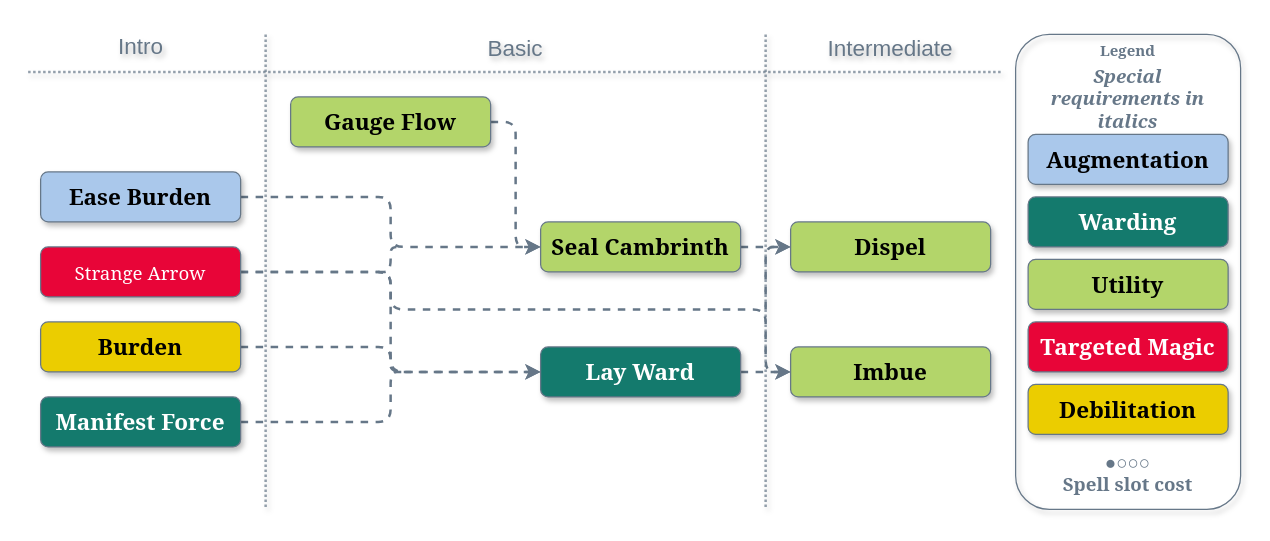
This is Analogous Patterns/Analogous_Patterns.drawio from MahtraDR/dr-spell-trees, a draw.io file, before an edit. Source tidied: cells renumbered, new cells numbered last; positions are measured from the earlier drawing's top-left corner, leaving out a move shared by most shapes. Both pictures are drawn from the tidied source at 125%, with x=0, y=0 at pixel (28, 21).
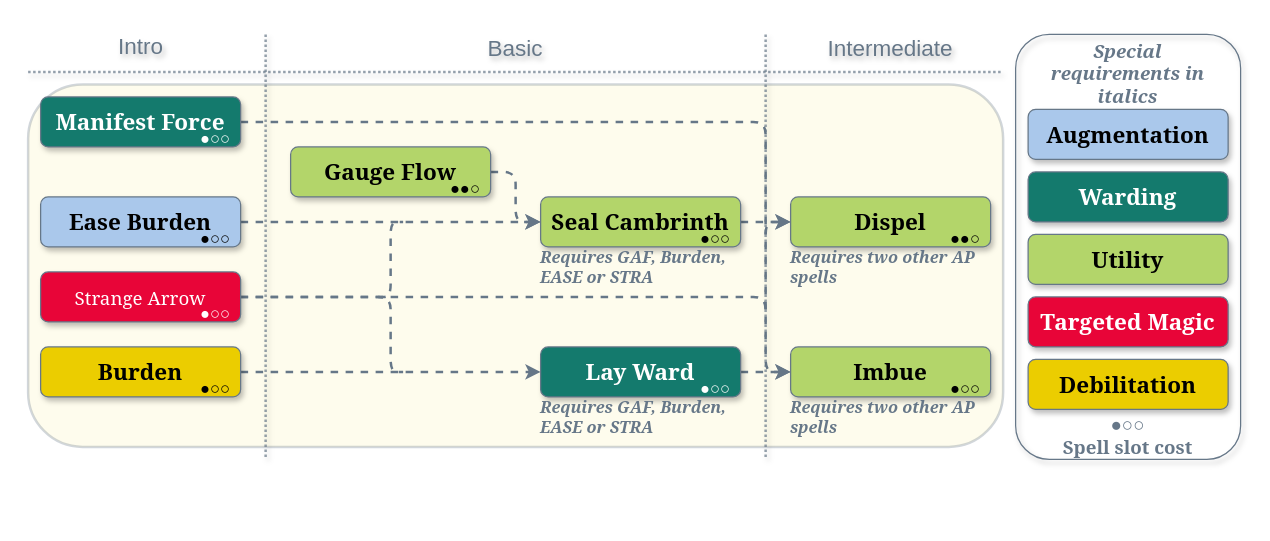
Above is the later version.

The change refers to these unchanged cells:
```xml
<mxCell id="16" value="Lay Ward" style="rounded=1;strokeWidth=1;strokeColor=#667788;textShadow=0;labelBackgroundColor=none;whiteSpace=wrap;fontSize=18;fontFamily=Georgia;fillColor=#147A6D;fontColor=#FFFFFF;shadow=1;glass=0;align=center;verticalAlign=middle;fontStyle=1;" parent="1" vertex="1">
  <mxGeometry x="410" y="260" width="160" height="40" as="geometry" />
</mxCell>
<mxCell id="20" value="Imbue" style="rounded=1;strokeWidth=1;strokeColor=#667788;textShadow=0;labelBackgroundColor=none;whiteSpace=wrap;fontSize=18;fontFamily=Georgia;fillColor=#B3D56A;fontColor=#000000;shadow=1;glass=0;align=center;verticalAlign=middle;fontStyle=1;" parent="1" vertex="1">
  <mxGeometry x="610" y="260" width="160" height="40" as="geometry" />
</mxCell>
```

The edit, as a diff of the source:
```diff
@@
+    <mxCell id="36" parent="0" />
+    <mxCell id="37" style="rounded=1;fontFamily=Helvetica;fontSize=11;fontColor=default;labelBackgroundColor=none;fillColor=#FCF4C4;strokeColor=#667788;opacity=30;glass=0;shadow=0;align=center;verticalAlign=middle;gradientColor=none;strokeWidth=2;" parent="36" vertex="1">
+      <mxGeometry y="50" width="780" height="290" as="geometry" />
+    </mxCell>
@@
     <mxCell id="3" value="Ease Burden" style="rounded=1;strokeWidth=1;strokeColor=#667788;textShadow=0;labelBackgroundColor=none;whiteSpace=wrap;fontSize=18;fontFamily=Georgia;fillColor=#AAC8EB;fontColor=#000000;shadow=1;glass=0;align=center;verticalAlign=middle;fontStyle=1;" parent="1" vertex="1">
-      <mxGeometry x="10" y="120" width="160" height="40" as="geometry" />
+      <mxGeometry x="10" y="140" width="160" height="40" as="geometry" />
     </mxCell>
-    <mxCell id="4" style="edgeStyle=orthogonalEdgeStyle;rounded=1;jettySize=auto;html=1;exitX=1;exitY=0.5;exitDx=0;exitDy=0;entryX=0;entryY=0.5;entryDx=0;entryDy=0;strokeColor=#667788;dashed=1;strokeWidth=2;curved=0;" parent="1" edge="1" source="7" target="16">
-      <mxGeometry relative="1" as="geometry" />
+    <mxCell id="4" style="edgeStyle=orthogonalEdgeStyle;rounded=1;jettySize=auto;html=1;exitX=1;exitY=0.5;exitDx=0;exitDy=0;strokeColor=#667788;dashed=1;strokeWidth=2;curved=0;endArrow=none;endFill=0;" parent="1" edge="1" source="7">
+      <mxGeometry relative="1" as="geometry">
+        <mxPoint x="300" y="280" as="targetPoint" />
+        <Array as="points">
+          <mxPoint x="290" y="220" />
+          <mxPoint x="290" y="280" />
+        </Array>
+      </mxGeometry>
     </mxCell>
     <mxCell id="5" style="edgeStyle=orthogonalEdgeStyle;shape=connector;rounded=1;orthogonalLoop=1;jettySize=auto;html=1;dashed=1;strokeColor=#667788;strokeWidth=2;align=center;verticalAlign=middle;fontFamily=Helvetica;fontSize=11;fontColor=default;labelBackgroundColor=default;endArrow=none;curved=0;endFill=0;" parent="1" edge="1">
       <mxGeometry relative="1" as="geometry">
-        <mxPoint x="280" y="200" as="sourcePoint" />
-        <mxPoint x="300" y="180" as="targetPoint" />
+        <mxPoint x="280" y="220" as="sourcePoint" />
+        <mxPoint x="300" y="160" as="targetPoint" />
         <Array as="points">
-          <mxPoint x="290" y="200" />
-          <mxPoint x="290" y="180" />
+          <mxPoint x="290" y="220" />
+          <mxPoint x="290" y="160" />
         </Array>
       </mxGeometry>
     </mxCell>
     <mxCell id="6" style="edgeStyle=orthogonalEdgeStyle;shape=connector;rounded=1;jettySize=auto;html=1;exitX=1;exitY=0.5;exitDx=0;exitDy=0;entryX=0;entryY=0.5;entryDx=0;entryDy=0;dashed=1;strokeColor=#667788;strokeWidth=2;align=center;verticalAlign=middle;fontFamily=Helvetica;fontSize=11;fontColor=default;labelBackgroundColor=default;endArrow=classic;curved=0;" parent="1" edge="1" source="7" target="20">
       <mxGeometry relative="1" as="geometry">
         <Array as="points">
-          <mxPoint x="290" y="200" />
-          <mxPoint x="290" y="230" />
-          <mxPoint x="590" y="230" />
+          <mxPoint x="590" y="220" />
           <mxPoint x="590" y="280" />
         </Array>
       </mxGeometry>
     </mxCell>
     <mxCell id="7" value="Strange Arrow" style="rounded=1;strokeWidth=1;strokeColor=#667788;textShadow=0;labelBackgroundColor=none;whiteSpace=wrap;fontSize=15;fontFamily=Georgia;fillColor=#E80538;fontColor=#FFFFFF;shadow=1;glass=0;align=center;verticalAlign=middle;fontStyle=0;" parent="1" vertex="1">
-      <mxGeometry x="10" y="180" width="160" height="40" as="geometry" />
+      <mxGeometry x="10" y="200" width="160" height="40" as="geometry" />
     </mxCell>
@@
     <mxCell id="9" value="Gauge Flow" style="rounded=1;strokeWidth=1;strokeColor=#667788;textShadow=0;labelBackgroundColor=none;whiteSpace=wrap;fontSize=18;fontFamily=Georgia;fillColor=#B3D56A;fontColor=#000000;shadow=1;glass=0;align=center;verticalAlign=middle;fontStyle=1;" parent="1" vertex="1">
-      <mxGeometry x="210" y="60" width="160" height="40" as="geometry" />
+      <mxGeometry x="210" y="100" width="160" height="40" as="geometry" />
     </mxCell>
     <mxCell id="10" style="edgeStyle=orthogonalEdgeStyle;rounded=1;jettySize=auto;html=1;exitX=1;exitY=0.5;exitDx=0;exitDy=0;strokeColor=#667788;dashed=1;strokeWidth=2;entryX=0;entryY=0.5;entryDx=0;entryDy=0;curved=0;" parent="1" edge="1" source="12" target="16">
       <mxGeometry relative="1" as="geometry">
         <Array as="points">
-          <mxPoint x="290" y="260" />
-          <mxPoint x="290" y="280" />
+          <mxPoint x="230" y="280" />
+          <mxPoint x="230" y="280" />
         </Array>
       </mxGeometry>
     </mxCell>
@@
     <mxCell id="12" value="Burden" style="rounded=1;strokeWidth=1;strokeColor=#667788;textShadow=0;labelBackgroundColor=none;whiteSpace=wrap;fontSize=18;fontFamily=Georgia;fillColor=#EBCD00;fontColor=#000000;shadow=1;glass=0;align=center;verticalAlign=middle;fontStyle=1;" parent="1" vertex="1">
-      <mxGeometry x="10" y="240" width="160" height="40" as="geometry" />
+      <mxGeometry x="10" y="260" width="160" height="40" as="geometry" />
     </mxCell>
@@
     <mxCell id="14" value="Seal Cambrinth" style="rounded=1;strokeWidth=1;strokeColor=#667788;textShadow=0;labelBackgroundColor=none;whiteSpace=wrap;fontSize=18;fontFamily=Georgia;fillColor=#B3D56A;fontColor=#000000;shadow=1;glass=0;align=center;verticalAlign=middle;fontStyle=1;" parent="1" vertex="1">
-      <mxGeometry x="410" y="160" width="160" height="40" as="geometry" />
+      <mxGeometry x="410" y="140" width="160" height="40" as="geometry" />
     </mxCell>
@@
-    <mxCell id="17" style="edgeStyle=orthogonalEdgeStyle;rounded=1;jettySize=auto;html=1;exitX=1;exitY=0.5;exitDx=0;exitDy=0;strokeColor=#667788;dashed=1;strokeWidth=2;endArrow=none;endFill=0;curved=0;" parent="1" edge="1" source="18">
-      <mxGeometry relative="1" as="geometry">
-        <mxPoint x="300" y="280" as="targetPoint" />
-        <Array as="points">
-          <mxPoint x="290" y="320" />
-          <mxPoint x="290" y="280" />
-        </Array>
-      </mxGeometry>
-    </mxCell>
+    <mxCell id="38" style="edgeStyle=orthogonalEdgeStyle;shape=connector;rounded=1;jettySize=auto;html=1;exitX=1;exitY=0.5;exitDx=0;exitDy=0;dashed=1;strokeColor=#667788;strokeWidth=2;align=center;verticalAlign=middle;fontFamily=Helvetica;fontSize=11;fontColor=default;labelBackgroundColor=default;endArrow=none;curved=0;endFill=0;" parent="1" edge="1" source="18">
+      <mxGeometry relative="1" as="geometry">
+        <mxPoint x="590" y="170" as="targetPoint" />
+        <Array as="points">
+          <mxPoint x="590" y="80" />
+        </Array>
+      </mxGeometry>
+    </mxCell>
     <mxCell id="18" value="Manifest Force" style="rounded=1;strokeWidth=1;strokeColor=#667788;textShadow=0;labelBackgroundColor=none;whiteSpace=wrap;fontSize=18;fontFamily=Georgia;fillColor=#147A6D;fontColor=#FFFFFF;shadow=1;glass=0;align=center;verticalAlign=middle;fontStyle=1;" parent="1" vertex="1">
-      <mxGeometry x="10" y="300" width="160" height="40" as="geometry" />
+      <mxGeometry x="10" y="60" width="160" height="40" as="geometry" />
     </mxCell>
     <mxCell id="19" value="Dispel" style="rounded=1;strokeWidth=1;strokeColor=#667788;textShadow=0;labelBackgroundColor=none;whiteSpace=wrap;fontSize=18;fontFamily=Georgia;fillColor=#B3D56A;fontColor=#000000;shadow=1;glass=0;align=center;verticalAlign=middle;fontStyle=1;" parent="1" vertex="1">
-      <mxGeometry x="610" y="160" width="160" height="40" as="geometry" />
+      <mxGeometry x="610" y="140" width="160" height="40" as="geometry" />
     </mxCell>
@@
-    <mxCell id="25" value="Legend" style="rounded=1;fillColor=none;verticalAlign=top;labelBackgroundColor=none;fontStyle=1;fontColor=#667788;fontFamily=Georgia;strokeColor=#667788;shadow=1;glass=0;strokeWidth=1;textShadow=0;whiteSpace=wrap;" parent="21" vertex="1">
-      <mxGeometry x="790" y="10" width="180" height="380" as="geometry" />
+    <mxCell id="25" style="rounded=1;fillColor=none;verticalAlign=top;labelBackgroundColor=none;fontStyle=1;fontColor=#667788;fontFamily=Georgia;strokeColor=#667788;shadow=1;glass=0;strokeWidth=1;textShadow=0;whiteSpace=wrap;" parent="21" vertex="1">
+      <mxGeometry x="790" y="10" width="180" height="340" as="geometry" />
     </mxCell>
     <mxCell id="26" value="Debilitation" style="rounded=1;whiteSpace=wrap;fillColor=#EBCD00;labelBackgroundColor=none;fontFamily=Georgia;fontSize=18;strokeColor=#667788;shadow=1;glass=0;strokeWidth=1;align=center;fontStyle=1;verticalAlign=middle;fontColor=#000000;textShadow=0;" parent="21" vertex="1">
-      <mxGeometry x="800" y="290" width="160" height="40" as="geometry" />
+      <mxGeometry x="800" y="270" width="160" height="40" as="geometry" />
     </mxCell>
     <mxCell id="27" value="Targeted Magic" style="rounded=1;whiteSpace=wrap;fillColor=#E80538;labelBackgroundColor=none;fontFamily=Georgia;fontSize=18;strokeColor=#667788;shadow=1;glass=0;strokeWidth=1;align=center;fontStyle=1;verticalAlign=middle;fontColor=#FFFFFF;textShadow=0;" parent="21" vertex="1">
-      <mxGeometry x="800" y="240" width="160" height="40" as="geometry" />
+      <mxGeometry x="800" y="220" width="160" height="40" as="geometry" />
     </mxCell>
     <mxCell id="28" value="Utility" style="rounded=1;whiteSpace=wrap;fillColor=#B3D56A;labelBackgroundColor=none;fontFamily=Georgia;fontSize=18;strokeColor=#667788;shadow=1;glass=0;strokeWidth=1;align=center;fontStyle=1;verticalAlign=middle;fontColor=#000000;textShadow=0;" parent="21" vertex="1">
-      <mxGeometry x="800" y="190" width="160" height="40" as="geometry" />
+      <mxGeometry x="800" y="170" width="160" height="40" as="geometry" />
     </mxCell>
     <mxCell id="29" value="Warding" style="rounded=1;whiteSpace=wrap;fillColor=#147A6D;labelBackgroundColor=none;fontFamily=Georgia;fontSize=18;strokeColor=#667788;shadow=1;glass=0;strokeWidth=1;align=center;fontStyle=1;verticalAlign=middle;fontColor=#FFFFFF;textShadow=0;" parent="21" vertex="1">
-      <mxGeometry x="800" y="140" width="160" height="40" as="geometry" />
+      <mxGeometry x="800" y="120" width="160" height="40" as="geometry" />
     </mxCell>
     <mxCell id="30" value="Augmentation" style="rounded=1;whiteSpace=wrap;fillColor=#AAC8EB;labelBackgroundColor=none;fontFamily=Georgia;fontSize=18;strokeColor=#667788;shadow=1;glass=0;strokeWidth=1;fontColor=#000000;align=center;fontStyle=1;verticalAlign=middle;textShadow=0;" parent="21" vertex="1">
-      <mxGeometry x="800" y="90" width="160" height="40" as="geometry" />
+      <mxGeometry x="800" y="70" width="160" height="40" as="geometry" />
     </mxCell>
     <mxCell id="31" value="Special requirements in italics" style="text;align=center;verticalAlign=middle;whiteSpace=wrap;rounded=1;fontFamily=Georgia;fontSize=15;fontColor=#667788;labelBackgroundColor=none;fontStyle=3;strokeColor=none;shadow=1;glass=0;strokeWidth=1;" parent="21" vertex="1">
-      <mxGeometry x="800" y="40" width="160" height="40" as="geometry" />
+      <mxGeometry x="800" y="20" width="160" height="40" as="geometry" />
     </mxCell>
-    <mxCell id="32" value="●○○○&#10;Spell slot cost" style="text;align=center;verticalAlign=middle;whiteSpace=wrap;rounded=1;fontFamily=Georgia;fontSize=15;fontColor=#667788;labelBackgroundColor=none;strokeColor=none;shadow=1;glass=0;strokeWidth=1;fontStyle=1;" parent="21" vertex="1">
-      <mxGeometry x="800" y="340" width="160" height="40" as="geometry" />
+    <mxCell id="32" value="●○○&#10;Spell slot cost" style="text;align=center;verticalAlign=middle;whiteSpace=wrap;rounded=1;fontFamily=Georgia;fontSize=15;fontColor=#667788;labelBackgroundColor=none;strokeColor=none;shadow=1;glass=0;strokeWidth=1;fontStyle=1;" parent="21" vertex="1">
+      <mxGeometry x="800" y="310" width="160" height="40" as="geometry" />
     </mxCell>
@@
     <mxCell id="34" style="html=1;rounded=1;strokeWidth=2;endArrow=none;endFill=0;dashed=1;labelBackgroundColor=none;shadow=1;fontColor=default;strokeColor=#667788;opacity=70;dashPattern=1 1;curved=0;" parent="21" edge="1">
       <mxGeometry relative="1" as="geometry">
         <mxPoint x="590" y="10" as="sourcePoint" />
-        <mxPoint x="590" y="390" as="targetPoint" />
+        <mxPoint x="590" y="350" as="targetPoint" />
       </mxGeometry>
     </mxCell>
     <mxCell id="35" style="html=1;rounded=1;strokeWidth=2;endArrow=none;endFill=0;dashed=1;labelBackgroundColor=none;shadow=1;fontColor=default;strokeColor=#667788;opacity=70;dashPattern=1 1;curved=0;" parent="21" edge="1">
       <mxGeometry relative="1" as="geometry">
         <mxPoint x="190" y="10" as="sourcePoint" />
-        <mxPoint x="190" y="390" as="targetPoint" />
+        <mxPoint x="190" y="350" as="targetPoint" />
       </mxGeometry>
     </mxCell>
+    <mxCell id="39" parent="0" />
+    <mxCell id="40" value="●○○" style="text;align=center;verticalAlign=middle;rounded=0;fontFamily=Helvetica;fontSize=13;fontColor=default;labelBackgroundColor=none;spacing=0;spacingTop=0;spacingBottom=-5;fillColor=none;" parent="39" vertex="1">
+      <mxGeometry x="130" y="160" width="40" height="20" as="geometry" />
+    </mxCell>
+    <mxCell id="41" value="●○○" style="text;align=center;verticalAlign=middle;rounded=0;fontFamily=Helvetica;fontSize=13;fontColor=#FFFFFF;labelBackgroundColor=none;spacing=0;spacingTop=0;spacingBottom=-5;fillColor=none;" parent="39" vertex="1">
+      <mxGeometry x="130" y="80" width="40" height="20" as="geometry" />
+    </mxCell>
+    <mxCell id="42" value="●○○" style="text;align=center;verticalAlign=middle;rounded=0;fontFamily=Helvetica;fontSize=13;fontColor=default;labelBackgroundColor=none;spacing=0;spacingTop=0;spacingBottom=-5;fillColor=none;" parent="39" vertex="1">
+      <mxGeometry x="130" y="280" width="40" height="20" as="geometry" />
+    </mxCell>
+    <mxCell id="43" value="●○○" style="text;align=center;verticalAlign=middle;rounded=0;fontFamily=Helvetica;fontSize=13;fontColor=#FFFFFF;labelBackgroundColor=none;spacing=0;spacingTop=0;spacingBottom=-5;fillColor=none;" parent="39" vertex="1">
+      <mxGeometry x="130" y="220" width="40" height="20" as="geometry" />
+    </mxCell>
+    <mxCell id="44" value="●●○" style="text;align=center;verticalAlign=middle;rounded=0;fontFamily=Helvetica;fontSize=13;fontColor=default;labelBackgroundColor=none;spacing=0;spacingTop=0;spacingBottom=-5;fillColor=none;" parent="39" vertex="1">
+      <mxGeometry x="330" y="120" width="40" height="20" as="geometry" />
+    </mxCell>
+    <mxCell id="45" value="●●○" style="text;align=center;verticalAlign=middle;rounded=0;fontFamily=Helvetica;fontSize=13;fontColor=default;labelBackgroundColor=none;spacing=0;spacingTop=0;spacingBottom=-5;fillColor=none;" parent="39" vertex="1">
+      <mxGeometry x="730" y="160" width="40" height="20" as="geometry" />
+    </mxCell>
+    <mxCell id="46" value="●○○" style="text;align=center;verticalAlign=middle;rounded=0;fontFamily=Helvetica;fontSize=13;fontColor=default;labelBackgroundColor=none;spacing=0;spacingTop=0;spacingBottom=-5;fillColor=none;" parent="39" vertex="1">
+      <mxGeometry x="530" y="160" width="40" height="20" as="geometry" />
+    </mxCell>
+    <mxCell id="47" value="●○○" style="text;align=center;verticalAlign=middle;rounded=0;fontFamily=Helvetica;fontSize=13;fontColor=#FFFFFF;labelBackgroundColor=none;spacing=0;spacingTop=0;spacingBottom=-5;fillColor=none;" parent="39" vertex="1">
+      <mxGeometry x="530" y="280" width="40" height="20" as="geometry" />
+    </mxCell>
+    <mxCell id="48" value="●○○" style="text;align=center;verticalAlign=middle;rounded=0;fontFamily=Helvetica;fontSize=13;fontColor=default;labelBackgroundColor=none;spacing=0;spacingTop=0;spacingBottom=-5;fillColor=none;" parent="39" vertex="1">
+      <mxGeometry x="730" y="280" width="40" height="20" as="geometry" />
+    </mxCell>
+    <mxCell id="49" parent="0" />
+    <mxCell id="50" value="Requires two other AP&#10;spells" style="text;align=left;verticalAlign=top;strokeColor=none;fillColor=none;fontFamily=Georgia;fontSize=13;fontColor=#667788;labelBackgroundColor=none;spacing=0;spacingBottom=0;spacingTop=-4;fontStyle=3;" parent="49" vertex="1">
+      <mxGeometry x="610" y="180" width="150" height="30" as="geometry" />
+    </mxCell>
+    <mxCell id="51" value="Requires GAF, Burden, &#10;EASE or STRA" style="text;align=left;verticalAlign=top;strokeColor=none;fillColor=none;fontFamily=Georgia;fontSize=13;fontColor=#667788;labelBackgroundColor=none;spacing=0;spacingBottom=0;spacingTop=-4;fontStyle=3;" parent="49" vertex="1">
+      <mxGeometry x="410" y="180" width="160" height="30" as="geometry" />
+    </mxCell>
+    <mxCell id="52" value="Requires GAF, Burden, &#10;EASE or STRA" style="text;align=left;verticalAlign=top;strokeColor=none;fillColor=none;fontFamily=Georgia;fontSize=13;fontColor=#667788;labelBackgroundColor=none;spacing=0;spacingBottom=0;spacingTop=-4;fontStyle=3;" parent="49" vertex="1">
+      <mxGeometry x="410" y="300" width="160" height="30" as="geometry" />
+    </mxCell>
+    <mxCell id="53" value="Requires two other AP&#10;spells" style="text;align=left;verticalAlign=top;strokeColor=none;fillColor=none;fontFamily=Georgia;fontSize=13;fontColor=#667788;labelBackgroundColor=none;spacing=0;spacingBottom=0;spacingTop=-4;fontStyle=3;" parent="49" vertex="1">
+      <mxGeometry x="610" y="300" width="150" height="30" as="geometry" />
+    </mxCell>
+    <mxCell id="54" parent="0" />
```
